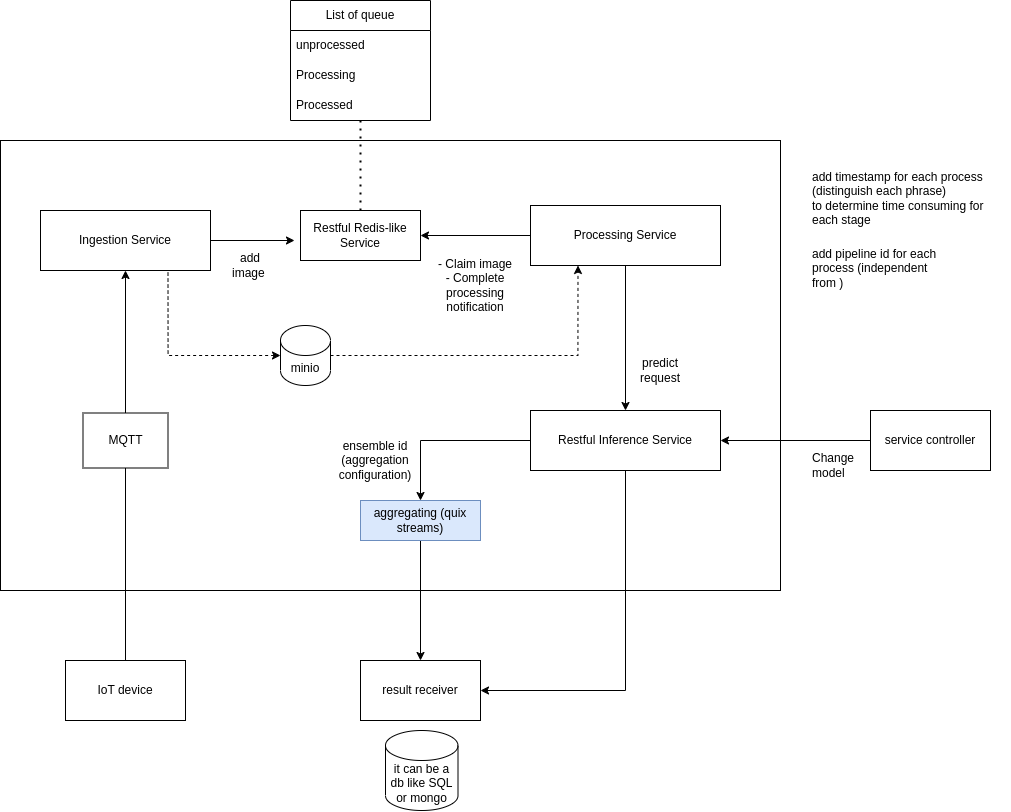
rdsea/ROHE keeps this draw.io diagram as examples/applications/object_classification/nii_case.drawio.png. Above is the earlier version. Source tidied: cells renumbered, new cells last; positions are measured from the earlier drawing's top-left corner, leaving out a move shared by most shapes.
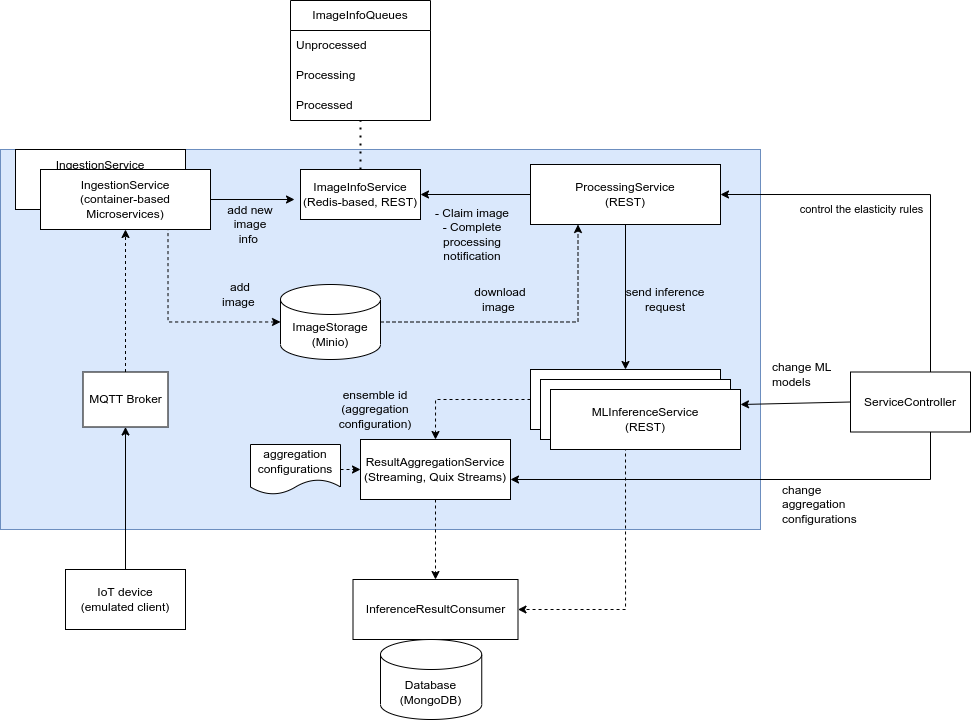
After the commit.

Diff of the diagram source:
```diff
@@ -2,28 +2,25 @@
   <root>
     <mxCell id="0" />
     <mxCell id="1" parent="0" />
-    <mxCell id="2" style="rounded=0;whiteSpace=wrap;html=1;" parent="1" vertex="1">
-      <mxGeometry y="140" width="780" height="450" as="geometry" />
+    <mxCell id="2" style="rounded=0;whiteSpace=wrap;html=1;fillColor=#dae8fc;strokeColor=#6c8ebf;" parent="1" vertex="1">
+      <mxGeometry y="190" width="760" height="380" as="geometry" />
     </mxCell>
-    <mxCell id="3" style="edgeStyle=orthogonalEdgeStyle;rounded=0;jettySize=auto;html=1;entryX=0.5;entryY=1;entryDx=0;entryDy=0;" parent="1" edge="1" source="4" target="5">
+    <mxCell id="3" style="edgeStyle=orthogonalEdgeStyle;rounded=0;jettySize=auto;html=1;" parent="1" edge="1" source="4" target="28">
       <mxGeometry relative="1" as="geometry" />
     </mxCell>
-    <mxCell id="4" value="IoT device" style="rounded=0;whiteSpace=wrap;html=1;" parent="1" vertex="1">
-      <mxGeometry x="65" y="660" width="120" height="60" as="geometry" />
+    <mxCell id="4" value="IoT device&lt;br&gt;(emulated client)" style="rounded=0;whiteSpace=wrap;html=1;" parent="1" vertex="1">
+      <mxGeometry x="65" y="610" width="120" height="60" as="geometry" />
     </mxCell>
-    <mxCell id="5" value="Ingestion Service" style="rounded=0;whiteSpace=wrap;html=1;" parent="1" vertex="1">
-      <mxGeometry x="40" y="210" width="170" height="60" as="geometry" />
-    </mxCell>
-    <mxCell id="6" style="edgeStyle=orthogonalEdgeStyle;rounded=0;jettySize=auto;html=1;entryX=0.5;entryY=0;entryDx=0;entryDy=0;" parent="1" edge="1" source="8" target="31">
+    <mxCell id="6" style="edgeStyle=orthogonalEdgeStyle;rounded=0;jettySize=auto;html=1;entryX=0.5;entryY=0;entryDx=0;entryDy=0;dashed=1;" parent="1" edge="1" source="8" target="31">
       <mxGeometry relative="1" as="geometry" />
     </mxCell>
-    <mxCell id="7" style="edgeStyle=orthogonalEdgeStyle;rounded=0;jettySize=auto;html=1;entryX=1;entryY=0.5;entryDx=0;entryDy=0;exitX=0.5;exitY=1;exitDx=0;exitDy=0;" parent="1" edge="1" source="8" target="29">
+    <mxCell id="7" style="edgeStyle=orthogonalEdgeStyle;rounded=0;jettySize=auto;html=1;entryX=1;entryY=0.5;entryDx=0;entryDy=0;exitX=0.5;exitY=1;exitDx=0;exitDy=0;dashed=1;" parent="1" edge="1" source="8" target="29">
       <mxGeometry relative="1" as="geometry" />
     </mxCell>
-    <mxCell id="8" value="Restful Inference Service" style="rounded=0;whiteSpace=wrap;html=1;" parent="1" vertex="1">
+    <mxCell id="8" value="MLInferenceService&lt;br&gt;(REST)" style="rounded=0;whiteSpace=wrap;html=1;" parent="1" vertex="1">
       <mxGeometry x="530" y="410" width="190" height="60" as="geometry" />
     </mxCell>
-    <mxCell id="9" value="Processing Service" style="rounded=0;whiteSpace=wrap;html=1;" parent="1" vertex="1">
+    <mxCell id="9" value="ProcessingService&lt;br&gt;(REST)" style="rounded=0;whiteSpace=wrap;html=1;" parent="1" vertex="1">
       <mxGeometry x="530" y="205" width="190" height="60" as="geometry" />
     </mxCell>
     <mxCell id="10" style="endArrow=classic;html=1;rounded=0;exitX=1;exitY=0.5;exitDx=0;exitDy=0;entryX=-0.05;entryY=0.6;entryDx=0;entryDy=0;entryPerimeter=0;" parent="1" edge="1" source="5" target="13">
@@ -35,13 +32,13 @@
     <mxCell id="12" style="endArrow=none;dashed=1;html=1;dashPattern=1 3;strokeWidth=2;rounded=0;exitX=0.5;exitY=0;exitDx=0;exitDy=0;" parent="1" edge="1" source="13" target="17">
       <mxGeometry relative="1" as="geometry" />
     </mxCell>
-    <mxCell id="13" value="Restful Redis-like Service" style="rounded=0;whiteSpace=wrap;html=1;" parent="1" vertex="1">
+    <mxCell id="13" value="ImageInfoService&lt;br&gt;(Redis-based, REST)" style="rounded=0;whiteSpace=wrap;html=1;" parent="1" vertex="1">
       <mxGeometry x="300" y="210" width="120" height="50" as="geometry" />
     </mxCell>
-    <mxCell id="14" value="List of queue" style="swimlane;fontStyle=0;horizontal=1;startSize=30;whiteSpace=wrap;html=1;" parent="1" vertex="1">
-      <mxGeometry x="290" width="140" height="120" as="geometry" />
+    <mxCell id="14" value="ImageInfoQueues" style="swimlane;fontStyle=0;horizontal=1;startSize=30;whiteSpace=wrap;html=1;" parent="1" vertex="1">
+      <mxGeometry x="290" y="41" width="140" height="120" as="geometry" />
     </mxCell>
-    <mxCell id="15" value="unprocessed" style="text;strokeColor=none;fillColor=none;align=left;verticalAlign=middle;spacingLeft=4;spacingRight=4;overflow=hidden;whiteSpace=wrap;html=1;" parent="14" vertex="1">
+    <mxCell id="15" value="Unprocessed" style="text;strokeColor=none;fillColor=none;align=left;verticalAlign=middle;spacingLeft=4;spacingRight=4;overflow=hidden;whiteSpace=wrap;html=1;" parent="14" vertex="1">
       <mxGeometry y="30" width="140" height="30" as="geometry" />
     </mxCell>
     <mxCell id="16" value="Processing" style="text;strokeColor=none;fillColor=none;align=left;verticalAlign=middle;spacingLeft=4;spacingRight=4;overflow=hidden;whiteSpace=wrap;html=1;" parent="14" vertex="1">
@@ -53,23 +50,37 @@
     <mxCell id="18" style="endArrow=classic;html=1;rounded=0;exitX=0;exitY=0.5;exitDx=0;exitDy=0;entryX=1;entryY=0.5;entryDx=0;entryDy=0;" parent="1" edge="1" source="9" target="13">
       <mxGeometry relative="1" as="geometry" />
     </mxCell>
-    <mxCell id="19" value="add image&amp;nbsp;" style="text;html=1;strokeColor=none;fillColor=none;align=center;verticalAlign=middle;whiteSpace=wrap;rounded=0;" parent="1" vertex="1">
+    <mxCell id="19" value="add new image info&amp;nbsp;" style="text;html=1;strokeColor=none;fillColor=none;align=center;verticalAlign=middle;whiteSpace=wrap;rounded=0;" parent="1" vertex="1">
       <mxGeometry x="220" y="250" width="60" height="30" as="geometry" />
     </mxCell>
     <mxCell id="20" value="- Claim image&lt;br&gt;- Complete processing notification" style="text;html=1;strokeColor=none;fillColor=none;align=center;verticalAlign=middle;whiteSpace=wrap;rounded=0;" parent="1" vertex="1">
-      <mxGeometry x="420" y="245" width="110" height="80" as="geometry" />
+      <mxGeometry x="417" y="235" width="110" height="80" as="geometry" />
     </mxCell>
-    <mxCell id="21" value="predict request" style="text;html=1;strokeColor=none;fillColor=none;align=center;verticalAlign=middle;whiteSpace=wrap;rounded=0;" parent="1" vertex="1">
-      <mxGeometry x="630" y="355" width="60" height="30" as="geometry" />
+    <mxCell id="21" value="send inference request" style="text;html=1;strokeColor=none;fillColor=none;align=center;verticalAlign=middle;whiteSpace=wrap;rounded=0;" parent="1" vertex="1">
+      <mxGeometry x="620" y="325" width="90" height="30" as="geometry" />
     </mxCell>
+    <mxCell id="36" style="edgeStyle=orthogonalEdgeStyle;rounded=0;jettySize=auto;html=1;" parent="1" edge="1" source="22" target="31">
+      <mxGeometry relative="1" as="geometry">
+        <Array as="points">
+          <mxPoint x="930" y="520" />
+        </Array>
+      </mxGeometry>
+    </mxCell>
+    <mxCell id="37" value="control the elasticity rules" style="edgeStyle=orthogonalEdgeStyle;rounded=0;jettySize=auto;html=1;entryX=1;entryY=0.5;entryDx=0;entryDy=0;" parent="1" edge="1" source="22" target="9">
+      <mxGeometry x="0.27" y="15" relative="1" as="geometry">
+        <Array as="points">
+          <mxPoint x="930" y="235" />
+        </Array>
+      </mxGeometry>
+    </mxCell>
-    <mxCell id="22" value="service controller" style="rounded=0;whiteSpace=wrap;html=1;" parent="1" vertex="1">
-      <mxGeometry x="870" y="410" width="120" height="60" as="geometry" />
+    <mxCell id="22" value="ServiceController" style="rounded=0;whiteSpace=wrap;html=1;" parent="1" vertex="1">
+      <mxGeometry x="850" y="412.5" width="120" height="60" as="geometry" />
     </mxCell>
-    <mxCell id="23" style="endArrow=classic;html=1;rounded=0;entryX=1;entryY=0.5;entryDx=0;entryDy=0;exitX=0;exitY=0.5;exitDx=0;exitDy=0;" parent="1" edge="1" source="22" target="8">
+    <mxCell id="23" style="endArrow=classic;html=1;rounded=0;entryX=1;entryY=0.25;entryDx=0;entryDy=0;exitX=0;exitY=0.5;exitDx=0;exitDy=0;" parent="1" edge="1" source="22" target="45">
       <mxGeometry relative="1" as="geometry" />
     </mxCell>
-    <mxCell id="24" value="Change model" style="text;html=1;strokeColor=none;fillColor=none;align=left;verticalAlign=middle;whiteSpace=wrap;rounded=0;" parent="1" vertex="1">
-      <mxGeometry x="810" y="440" width="50" height="50" as="geometry" />
+    <mxCell id="24" value="change ML models" style="text;html=1;strokeColor=none;fillColor=none;align=left;verticalAlign=middle;whiteSpace=wrap;rounded=0;" parent="1" vertex="1">
+      <mxGeometry x="770" y="390" width="70" height="50" as="geometry" />
     </mxCell>
     <mxCell id="25" style="edgeStyle=orthogonalEdgeStyle;rounded=0;jettySize=auto;html=1;entryX=0.75;entryY=1;entryDx=0;entryDy=0;startArrow=classic;startFill=1;endArrow=none;endFill=0;dashed=1;" parent="1" edge="1" source="27" target="5">
       <mxGeometry relative="1" as="geometry" />
@@ -77,32 +88,56 @@
     <mxCell id="26" style="edgeStyle=orthogonalEdgeStyle;rounded=0;jettySize=auto;html=1;exitX=1;exitY=0.5;exitDx=0;exitDy=0;exitPerimeter=0;entryX=0.25;entryY=1;entryDx=0;entryDy=0;dashed=1;" parent="1" edge="1" source="27" target="9">
       <mxGeometry relative="1" as="geometry" />
     </mxCell>
-    <mxCell id="27" value="minio" style="shape=cylinder3;whiteSpace=wrap;html=1;boundedLbl=1;backgroundOutline=1;size=15;" parent="1" vertex="1">
-      <mxGeometry x="280" y="325" width="50" height="60" as="geometry" />
+    <mxCell id="27" value="ImageStorage&lt;br&gt;(Minio)" style="shape=cylinder3;whiteSpace=wrap;html=1;boundedLbl=1;backgroundOutline=1;size=15;" parent="1" vertex="1">
+      <mxGeometry x="280" y="325" width="100" height="75" as="geometry" />
     </mxCell>
+    <mxCell id="38" style="edgeStyle=orthogonalEdgeStyle;rounded=0;jettySize=auto;html=1;dashed=1;" parent="1" edge="1" source="28" target="5">
+      <mxGeometry relative="1" as="geometry" />
+    </mxCell>
-    <mxCell id="28" value="MQTT" style="rounded=0;whiteSpace=wrap;html=1;" parent="1" vertex="1">
+    <mxCell id="28" value="MQTT Broker" style="rounded=0;whiteSpace=wrap;html=1;" parent="1" vertex="1">
       <mxGeometry x="82.5" y="412.5" width="85" height="55" as="geometry" />
     </mxCell>
-    <mxCell id="29" value="result receiver" style="rounded=0;whiteSpace=wrap;html=1;" parent="1" vertex="1">
-      <mxGeometry x="360" y="660" width="120" height="60" as="geometry" />
+    <mxCell id="29" value="InferenceResultConsumer" style="rounded=0;whiteSpace=wrap;html=1;" parent="1" vertex="1">
+      <mxGeometry x="352.5" y="620" width="165" height="60" as="geometry" />
     </mxCell>
-    <mxCell id="30" style="edgeStyle=orthogonalEdgeStyle;rounded=0;jettySize=auto;html=1;" parent="1" edge="1" source="31" target="29">
+    <mxCell id="30" style="edgeStyle=orthogonalEdgeStyle;rounded=0;jettySize=auto;html=1;dashed=1;" parent="1" edge="1" source="31" target="29">
       <mxGeometry relative="1" as="geometry" />
     </mxCell>
-    <mxCell id="31" value="aggregating (quix streams)" style="rounded=0;whiteSpace=wrap;html=1;fillColor=#dae8fc;strokeColor=#6c8ebf;" parent="1" vertex="1">
-      <mxGeometry x="360" y="500" width="120" height="40" as="geometry" />
+    <mxCell id="31" value="ResultAggregationService&lt;br&gt;(Streaming, Quix Streams)" style="rounded=0;whiteSpace=wrap;html=1;" parent="1" vertex="1">
+      <mxGeometry x="360" y="480" width="150" height="60" as="geometry" />
     </mxCell>
-    <mxCell id="32" value="it can be a db like SQL or mongo" style="shape=cylinder3;whiteSpace=wrap;html=1;boundedLbl=1;backgroundOutline=1;size=15;" parent="1" vertex="1">
-      <mxGeometry x="385" y="730" width="72.5" height="80" as="geometry" />
+    <mxCell id="32" value="Database&lt;br&gt;(MongoDB)" style="shape=cylinder3;whiteSpace=wrap;html=1;boundedLbl=1;backgroundOutline=1;size=15;" parent="1" vertex="1">
+      <mxGeometry x="380" y="680" width="101.2" height="80" as="geometry" />
     </mxCell>
     <mxCell id="33" value="ensemble id (aggregation configuration)" style="text;html=1;strokeColor=none;fillColor=none;align=center;verticalAlign=middle;whiteSpace=wrap;rounded=0;" parent="1" vertex="1">
-      <mxGeometry x="320" y="430" width="110" height="60" as="geometry" />
+      <mxGeometry x="320" y="420" width="110" height="60" as="geometry" />
     </mxCell>
-    <mxCell id="34" value="add pipeline id for each process (independent from )" style="text;html=1;strokeColor=none;fillColor=none;align=left;verticalAlign=middle;whiteSpace=wrap;rounded=0;" parent="1" vertex="1">
-      <mxGeometry x="810" y="235" width="128.8" height="65" as="geometry" />
-    </mxCell>
-    <mxCell id="35" value="add timestamp for each process&lt;br&gt;(distinguish each phrase)&lt;br&gt;to determine time consuming for each stage" style="text;html=1;strokeColor=none;fillColor=none;align=left;verticalAlign=middle;whiteSpace=wrap;rounded=0;" parent="1" vertex="1">
-      <mxGeometry x="810" y="160" width="200" height="75" as="geometry" />
-    </mxCell>
+    <mxCell id="39" value="add image&amp;nbsp;" style="text;html=1;strokeColor=none;fillColor=none;align=center;verticalAlign=middle;whiteSpace=wrap;rounded=0;" parent="1" vertex="1">
+      <mxGeometry x="210" y="320" width="60" height="30" as="geometry" />
+    </mxCell>
+    <mxCell id="40" value="download image&amp;nbsp;" style="text;html=1;strokeColor=none;fillColor=none;align=center;verticalAlign=middle;whiteSpace=wrap;rounded=0;" parent="1" vertex="1">
+      <mxGeometry x="470" y="325" width="60" height="30" as="geometry" />
+    </mxCell>
+    <mxCell id="41" style="rounded=0;jettySize=auto;html=1;dashed=1;" parent="1" edge="1" source="42" target="31">
+      <mxGeometry relative="1" as="geometry" />
+    </mxCell>
+    <mxCell id="42" value="aggregation configurations" style="shape=document;whiteSpace=wrap;html=1;boundedLbl=1;" parent="1" vertex="1">
+      <mxGeometry x="250" y="485" width="90" height="50" as="geometry" />
+    </mxCell>
+    <mxCell id="43" value="change aggregation configurations" style="text;html=1;strokeColor=none;fillColor=none;align=left;verticalAlign=middle;whiteSpace=wrap;rounded=0;" parent="1" vertex="1">
+      <mxGeometry x="780" y="520" width="70" height="50" as="geometry" />
+    </mxCell>
+    <mxCell id="44" value="MLInferenceService&lt;br&gt;(REST)" style="rounded=0;whiteSpace=wrap;html=1;" parent="1" vertex="1">
+      <mxGeometry x="540" y="420" width="190" height="60" as="geometry" />
+    </mxCell>
+    <mxCell id="45" value="MLInferenceService&lt;br&gt;(REST)" style="rounded=0;whiteSpace=wrap;html=1;" parent="1" vertex="1">
+      <mxGeometry x="550" y="430" width="190" height="60" as="geometry" />
+    </mxCell>
+    <mxCell id="46" value="IngestionService&lt;br&gt;(container-based Microservices)" style="rounded=0;whiteSpace=wrap;html=1;" parent="1" vertex="1">
+      <mxGeometry x="15" y="190" width="170" height="60" as="geometry" />
+    </mxCell>
+    <mxCell id="5" value="IngestionService&lt;br&gt;(container-based Microservices)" style="rounded=0;whiteSpace=wrap;html=1;" parent="1" vertex="1">
+      <mxGeometry x="40" y="210" width="170" height="60" as="geometry" />
+    </mxCell>
   </root>
 </mxGraphModel>
```
